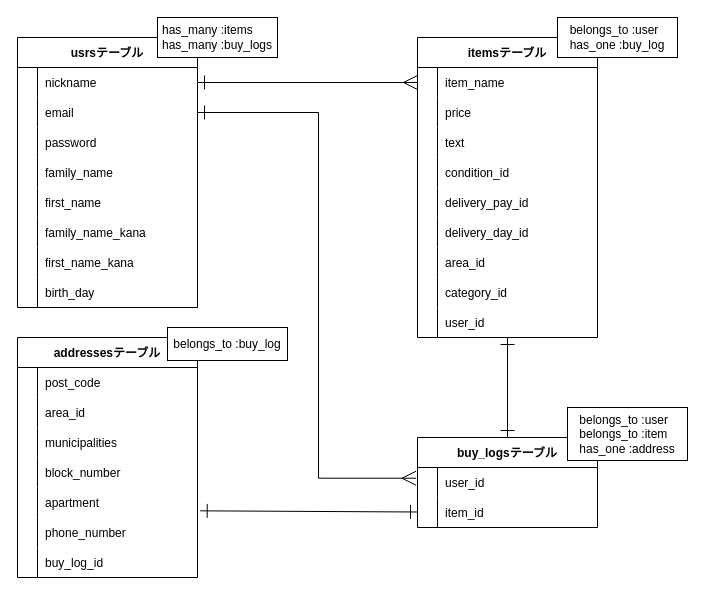
Before: ER.dio in SettingTom/furima-37386, a draw.io diagram. Source tidied: cells renumbered, new cells numbered last; positions are measured from the earlier drawing's top-left corner, leaving out a move shared by most shapes. Both pictures are drawn from the tidied source at 100%, with x=0, y=0 at pixel (17, 17).
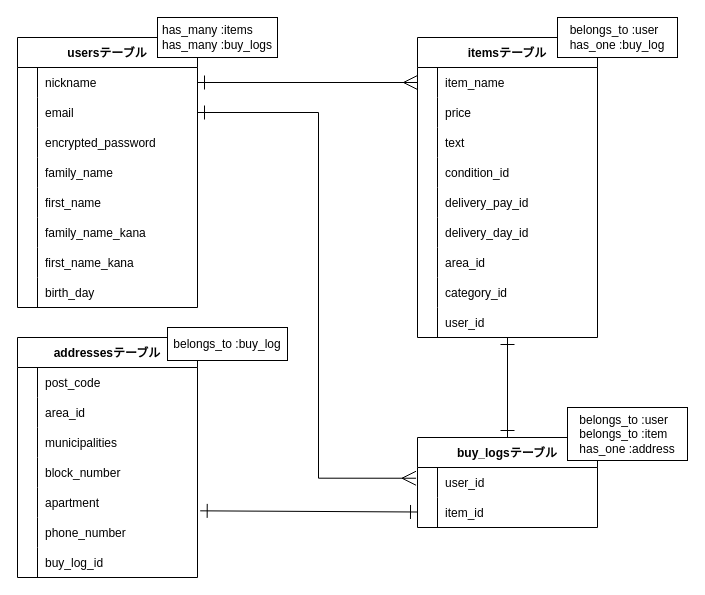
After the change.

Commit message (it also covers changes not shown here):
データベース設計の修正3

The change refers to these unchanged cells:
```xml
<mxCell id="9" style="shape=partialRectangle;fillColor=none;top=0;left=0;bottom=0;right=0;" parent="2" vertex="1">
  <mxGeometry y="90" width="180" height="30" as="geometry" />
</mxCell>
```

What changed in the source:
```diff
@@
-    <mxCell id="2" value="usrsテーブル" style="shape=table;startSize=30;childLayout=tableLayout;rowLines=0;fontStyle=1;align=center;" parent="1" vertex="1">
+    <mxCell id="2" value="usersテーブル" style="shape=table;startSize=30;childLayout=tableLayout;rowLines=0;fontStyle=1;align=center;" parent="1" vertex="1">
       <mxGeometry y="20" width="180" height="270" as="geometry" />
     </mxCell>
@@
-    <mxCell id="11" value="password" style="shape=partialRectangle;fillColor=none;top=0;left=0;bottom=0;right=0;align=left;spacingLeft=6;overflow=hidden;" parent="9" vertex="1">
+    <mxCell id="11" value="encrypted_password" style="shape=partialRectangle;fillColor=none;top=0;left=0;bottom=0;right=0;align=left;spacingLeft=6;overflow=hidden;" parent="9" vertex="1">
       <mxGeometry x="20" width="160" height="30" as="geometry" />
     </mxCell>
```
